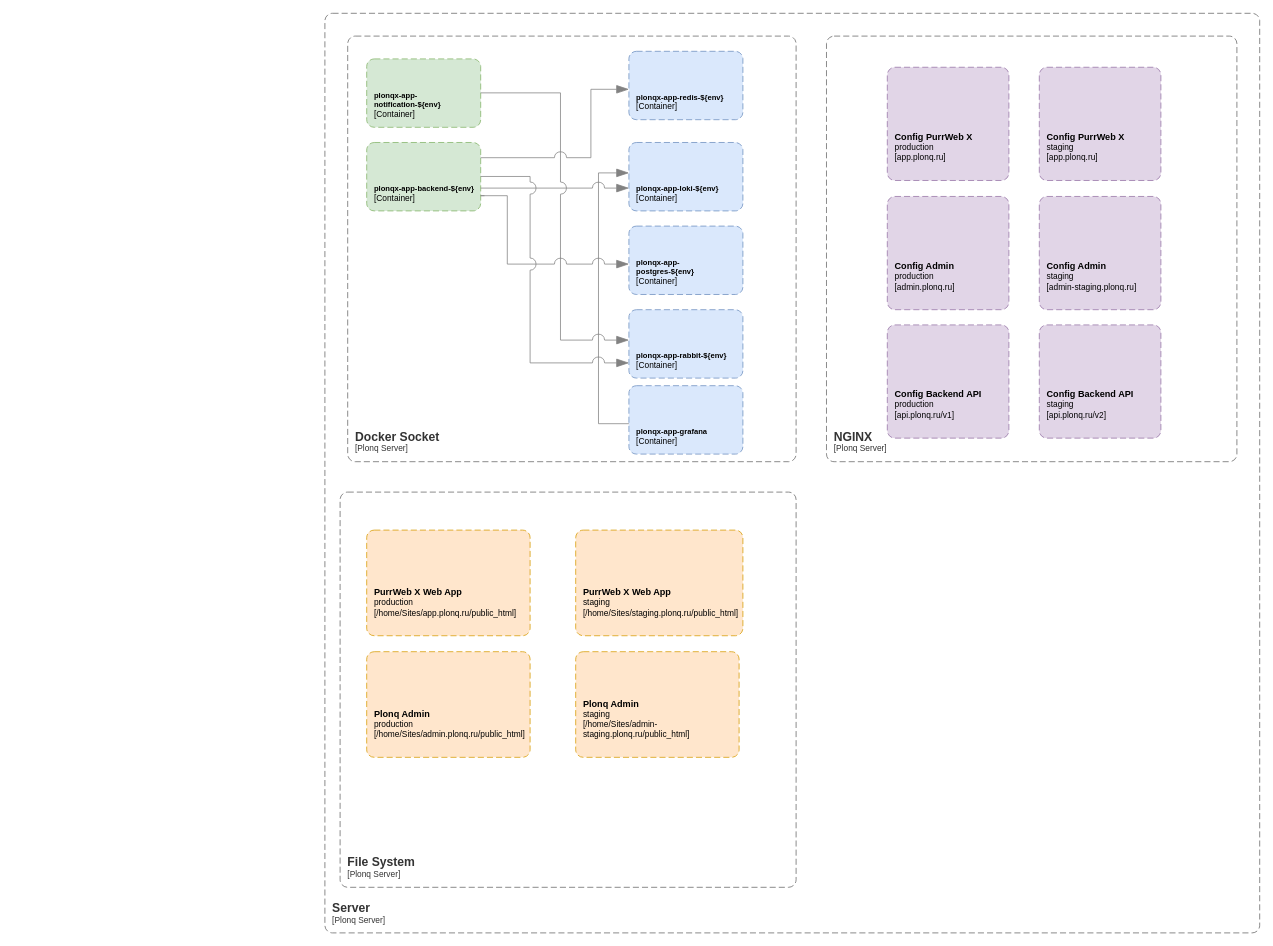
This is Диаграмма без названия.drawio from kirill-misiuk/Task, a draw.io file, before an edit. Source tidied: cells renumbered, new cells numbered last; positions are measured from the earlier drawing's top-left corner, leaving out a move shared by most shapes. Both pictures are drawn from the tidied source at 76%, with x=0, y=0 at pixel (325, 13).
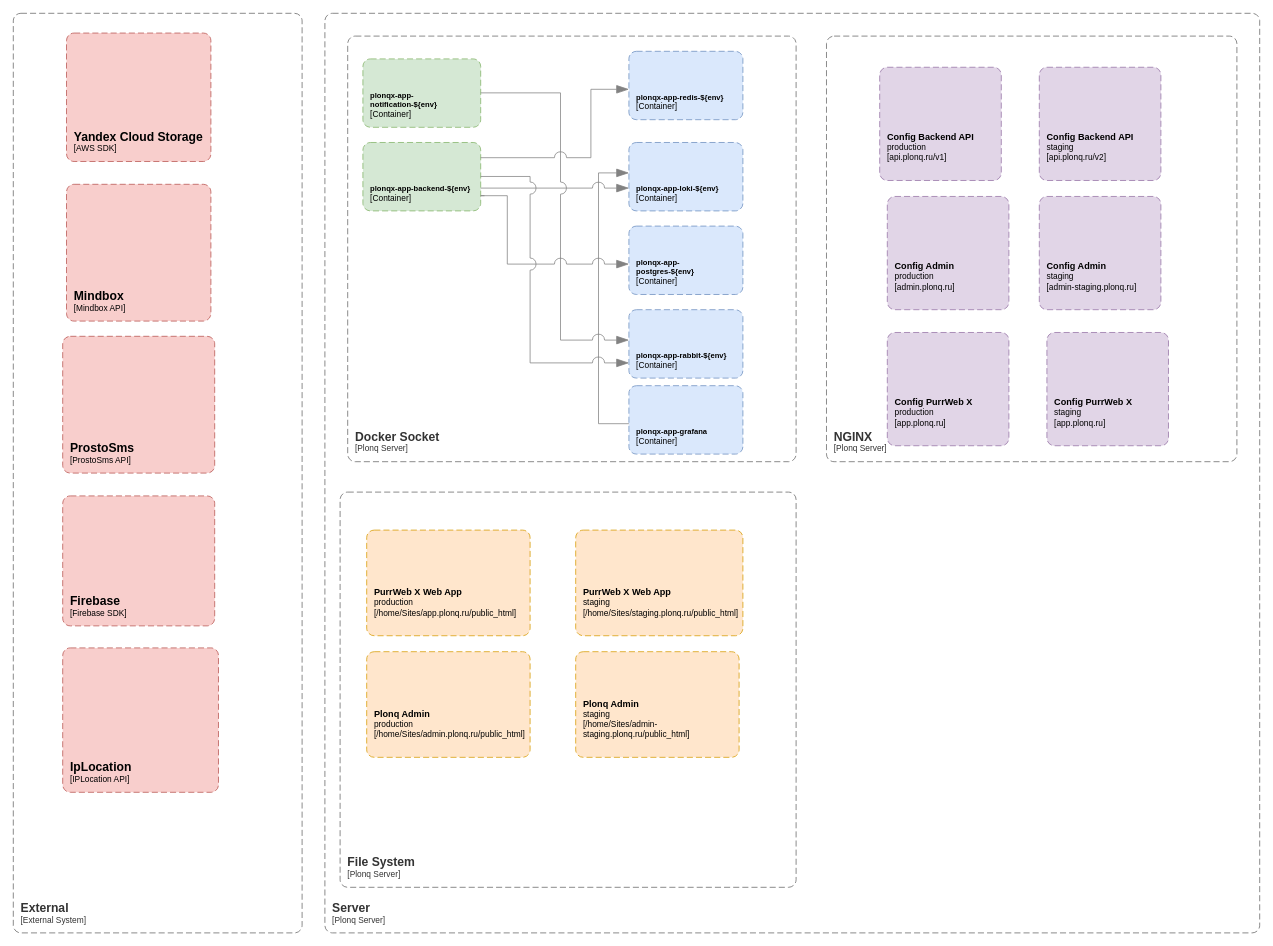
Above is the later version.

Commit message:
app_diogram

What changed in the source:
```diff
@@
     <object id="3" label="&lt;font style=&quot;font-size: 10px&quot;&gt;&lt;b&gt;&lt;div style=&quot;text-align: left&quot;&gt;%c4Name%&lt;/div&gt;&lt;/b&gt;&lt;/font&gt;&lt;div style=&quot;text-align: left&quot;&gt;[%c4Application%]&lt;/div&gt;" c4Application="Container" c4Name="plonqx-app-backend-${env}" placeholders="1">
       <mxCell style="rounded=1;fontSize=11;whiteSpace=wrap;html=1;dashed=1;arcSize=20;fillColor=#d5e8d4;strokeColor=#82b366;labelBackgroundColor=none;align=left;verticalAlign=bottom;labelBorderColor=none;spacingTop=0;spacing=10;dashPattern=8 4;perimeter=rectanglePerimeter;noLabel=0;labelPadding=0;absoluteArcSize=1;" parent="1" vertex="1">
-        <mxGeometry x="55" y="170" width="150" height="90" as="geometry" />
+        <mxGeometry x="50" y="170" width="155" height="90" as="geometry" />
       </mxCell>
     </object>
     <object id="4" label="&lt;font style=&quot;font-size: 10px&quot;&gt;&lt;b&gt;&lt;div style=&quot;text-align: left&quot;&gt;%c4Name%&lt;/div&gt;&lt;/b&gt;&lt;/font&gt;&lt;div style=&quot;text-align: left&quot;&gt;[%c4Application%]&lt;/div&gt;" c4Application="Container" c4Name="plonqx-app-notification-${env}" placeholders="1">
       <mxCell style="rounded=1;fontSize=11;whiteSpace=wrap;html=1;dashed=1;arcSize=20;fillColor=#d5e8d4;strokeColor=#82b366;labelBackgroundColor=none;align=left;verticalAlign=bottom;labelBorderColor=none;spacingTop=0;spacing=10;dashPattern=8 4;perimeter=rectanglePerimeter;noLabel=0;labelPadding=0;absoluteArcSize=1;" parent="1" vertex="1">
-        <mxGeometry x="55" y="60" width="150" height="90" as="geometry" />
+        <mxGeometry x="50" y="60" width="155" height="90" as="geometry" />
       </mxCell>
     </object>
@@
     <object id="18" label="&lt;font style=&quot;font-size: 12px&quot;&gt;&lt;b&gt;&lt;div style=&quot;text-align: left&quot;&gt;%c4Name%&lt;/div&gt;&lt;/b&gt;&lt;/font&gt;&lt;div style=&quot;text-align: left&quot;&gt;%env%&lt;/div&gt;&lt;div style=&quot;text-align: left&quot;&gt;[%c4Application%]&lt;/div&gt;&#10;" c4Application="app.plonq.ru" c4Name="Config PurrWeb X" env="staging" placeholders="1">
       <mxCell style="rounded=1;fontSize=11;whiteSpace=wrap;html=1;dashed=1;arcSize=20;fillColor=#e1d5e7;strokeColor=#9673a6;labelBackgroundColor=none;align=left;verticalAlign=bottom;labelBorderColor=none;spacingTop=0;spacing=10;dashPattern=8 4;perimeter=rectanglePerimeter;noLabel=0;labelPadding=0;absoluteArcSize=1;" parent="1" vertex="1">
-        <mxGeometry x="940" y="71" width="160" height="149" as="geometry" />
+        <mxGeometry x="950" y="420" width="160" height="149" as="geometry" />
       </mxCell>
     </object>
     <object id="19" label="&lt;font style=&quot;font-size: 12px&quot;&gt;&lt;b&gt;&lt;div style=&quot;text-align: left&quot;&gt;%c4Name%&lt;/div&gt;&lt;/b&gt;&lt;/font&gt;&lt;div style=&quot;text-align: left&quot;&gt;%env%&lt;/div&gt;&lt;div style=&quot;text-align: left&quot;&gt;[%c4Application%]&lt;/div&gt;&#10;" c4Application="app.plonq.ru" c4Name="Config PurrWeb X" env="production" placeholders="1">
       <mxCell style="rounded=1;fontSize=11;whiteSpace=wrap;html=1;dashed=1;arcSize=20;fillColor=#e1d5e7;strokeColor=#9673a6;labelBackgroundColor=none;align=left;verticalAlign=bottom;labelBorderColor=none;spacingTop=0;spacing=10;dashPattern=8 4;perimeter=rectanglePerimeter;noLabel=0;labelPadding=0;absoluteArcSize=1;" parent="1" vertex="1">
-        <mxGeometry x="740" y="71" width="160" height="149" as="geometry" />
+        <mxGeometry x="740" y="420" width="160" height="149" as="geometry" />
       </mxCell>
     </object>
@@
     <object id="22" label="&lt;font style=&quot;font-size: 12px&quot;&gt;&lt;b&gt;&lt;div style=&quot;text-align: left&quot;&gt;%c4Name%&lt;/div&gt;&lt;/b&gt;&lt;/font&gt;&lt;div style=&quot;text-align: left&quot;&gt;%env%&lt;/div&gt;&lt;div style=&quot;text-align: left&quot;&gt;[%c4Application%]&lt;/div&gt;&#10;" c4Application="api.plonq.ru/v2" c4Name="Config Backend API" env="staging" placeholders="1">
       <mxCell style="rounded=1;fontSize=11;whiteSpace=wrap;html=1;dashed=1;arcSize=20;fillColor=#e1d5e7;strokeColor=#9673a6;labelBackgroundColor=none;align=left;verticalAlign=bottom;labelBorderColor=none;spacingTop=0;spacing=10;dashPattern=8 4;perimeter=rectanglePerimeter;noLabel=0;labelPadding=0;absoluteArcSize=1;" parent="1" vertex="1">
-        <mxGeometry x="940" y="410" width="160" height="149" as="geometry" />
+        <mxGeometry x="940" y="71" width="160" height="149" as="geometry" />
       </mxCell>
     </object>
     <object id="23" label="&lt;font style=&quot;font-size: 12px&quot;&gt;&lt;b&gt;&lt;div style=&quot;text-align: left&quot;&gt;%c4Name%&lt;/div&gt;&lt;/b&gt;&lt;/font&gt;&lt;div style=&quot;text-align: left&quot;&gt;%env%&lt;/div&gt;&lt;div style=&quot;text-align: left&quot;&gt;[%c4Application%]&lt;/div&gt;&#10;" c4Application="api.plonq.ru/v1" c4Name="Config Backend API" env="production" placeholders="1">
       <mxCell style="rounded=1;fontSize=11;whiteSpace=wrap;html=1;dashed=1;arcSize=20;fillColor=#e1d5e7;strokeColor=#9673a6;labelBackgroundColor=none;align=left;verticalAlign=bottom;labelBorderColor=none;spacingTop=0;spacing=10;dashPattern=8 4;perimeter=rectanglePerimeter;noLabel=0;labelPadding=0;absoluteArcSize=1;" parent="1" vertex="1">
-        <mxGeometry x="740" y="410" width="160" height="149" as="geometry" />
+        <mxGeometry x="730" y="71" width="160" height="149" as="geometry" />
       </mxCell>
     </object>
@@
+    <object id="29" label="&lt;font style=&quot;font-size: 16px&quot;&gt;&lt;b&gt;&lt;div style=&quot;text-align: left&quot;&gt;%c4Name%&lt;/div&gt;&lt;/b&gt;&lt;/font&gt;&lt;div style=&quot;text-align: left&quot;&gt;[%c4Application%]&lt;/div&gt;" c4Application="External System" c4Name="External" placeholders="1">
+      <mxCell style="rounded=1;fontSize=11;whiteSpace=wrap;html=1;dashed=1;arcSize=20;fillColor=none;strokeColor=#666666;fontColor=#333333;labelBackgroundColor=none;align=left;verticalAlign=bottom;labelBorderColor=none;spacingTop=0;spacing=10;dashPattern=8 4;perimeter=rectanglePerimeter;noLabel=0;labelPadding=0;absoluteArcSize=1;" parent="1" vertex="1">
+        <mxGeometry x="-410" width="380" height="1210" as="geometry" />
+      </mxCell>
+    </object>
+    <object id="30" label="&lt;font style=&quot;font-size: 16px&quot;&gt;&lt;b&gt;&lt;div style=&quot;text-align: left&quot;&gt;%c4Name%&lt;/div&gt;&lt;/b&gt;&lt;/font&gt;&lt;div style=&quot;text-align: left&quot;&gt;[%c4Application%]&lt;/div&gt;" c4Application="Mindbox API" c4Name="Mindbox" placeholders="1">
+      <mxCell style="rounded=1;fontSize=11;whiteSpace=wrap;html=1;dashed=1;arcSize=20;fillColor=#f8cecc;strokeColor=#b85450;labelBackgroundColor=none;align=left;verticalAlign=bottom;labelBorderColor=none;spacingTop=0;spacing=10;dashPattern=8 4;perimeter=rectanglePerimeter;noLabel=0;labelPadding=0;absoluteArcSize=1;" parent="1" vertex="1">
+        <mxGeometry x="-340" y="225" width="190" height="180" as="geometry" />
+      </mxCell>
+    </object>
+    <object id="31" label="&lt;font style=&quot;font-size: 16px&quot;&gt;&lt;b&gt;&lt;div style=&quot;text-align: left&quot;&gt;%c4Name%&lt;/div&gt;&lt;/b&gt;&lt;/font&gt;&lt;div style=&quot;text-align: left&quot;&gt;[%c4Application%]&lt;/div&gt;" c4Application="ProstoSms API" c4Name="ProstoSms" placeholders="1">
+      <mxCell style="rounded=1;fontSize=11;whiteSpace=wrap;html=1;dashed=1;arcSize=20;fillColor=#f8cecc;strokeColor=#b85450;labelBackgroundColor=none;align=left;verticalAlign=bottom;labelBorderColor=none;spacingTop=0;spacing=10;dashPattern=8 4;perimeter=rectanglePerimeter;noLabel=0;labelPadding=0;absoluteArcSize=1;" parent="1" vertex="1">
+        <mxGeometry x="-345" y="425" width="200" height="180" as="geometry" />
+      </mxCell>
+    </object>
+    <object id="32" label="&lt;font style=&quot;font-size: 16px&quot;&gt;&lt;b&gt;&lt;div style=&quot;text-align: left&quot;&gt;%c4Name%&lt;/div&gt;&lt;/b&gt;&lt;/font&gt;&lt;div style=&quot;text-align: left&quot;&gt;[%c4Application%]&lt;/div&gt;" c4Application="Firebase SDK" c4Name="Firebase" placeholders="1">
+      <mxCell style="rounded=1;fontSize=11;whiteSpace=wrap;html=1;dashed=1;arcSize=20;fillColor=#f8cecc;strokeColor=#b85450;labelBackgroundColor=none;align=left;verticalAlign=bottom;labelBorderColor=none;spacingTop=0;spacing=10;dashPattern=8 4;perimeter=rectanglePerimeter;noLabel=0;labelPadding=0;absoluteArcSize=1;" parent="1" vertex="1">
+        <mxGeometry x="-345" y="635" width="200" height="171" as="geometry" />
+      </mxCell>
+    </object>
+    <object id="33" label="&lt;font style=&quot;font-size: 16px&quot;&gt;&lt;b&gt;&lt;div style=&quot;text-align: left&quot;&gt;%c4Name%&lt;/div&gt;&lt;/b&gt;&lt;/font&gt;&lt;div style=&quot;text-align: left&quot;&gt;[%c4Application%]&lt;/div&gt;" c4Application="IPLocation API" c4Name="IpLocation" placeholders="1">
+      <mxCell style="rounded=1;fontSize=11;whiteSpace=wrap;html=1;dashed=1;arcSize=20;fillColor=#f8cecc;strokeColor=#b85450;labelBackgroundColor=none;align=left;verticalAlign=bottom;labelBorderColor=none;spacingTop=0;spacing=10;dashPattern=8 4;perimeter=rectanglePerimeter;noLabel=0;labelPadding=0;absoluteArcSize=1;" parent="1" vertex="1">
+        <mxGeometry x="-345" y="835" width="205" height="190" as="geometry" />
+      </mxCell>
+    </object>
+    <object id="34" label="&lt;font style=&quot;font-size: 16px&quot;&gt;&lt;b&gt;&lt;div style=&quot;text-align: left&quot;&gt;%c4Name%&lt;/div&gt;&lt;/b&gt;&lt;/font&gt;&lt;div style=&quot;text-align: left&quot;&gt;[%c4Application%]&lt;/div&gt;" c4Application="AWS SDK" c4Name="Yandex Cloud Storage" placeholders="1">
+      <mxCell style="rounded=1;fontSize=11;whiteSpace=wrap;html=1;dashed=1;arcSize=20;fillColor=#f8cecc;strokeColor=#b85450;labelBackgroundColor=none;align=left;verticalAlign=bottom;labelBorderColor=none;spacingTop=0;spacing=10;dashPattern=8 4;perimeter=rectanglePerimeter;noLabel=0;labelPadding=0;absoluteArcSize=1;" parent="1" vertex="1">
+        <mxGeometry x="-340" y="26" width="190" height="169" as="geometry" />
+      </mxCell>
+    </object>
```
